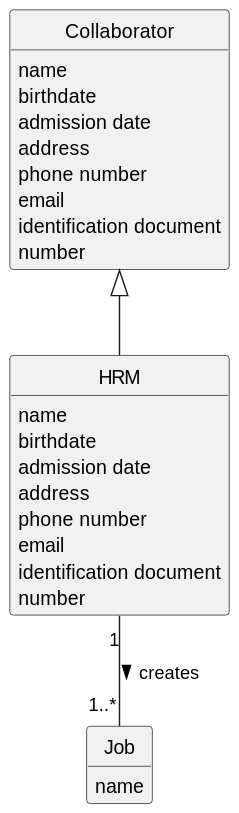
This is docs/sprintA/us002/02.analysis/svg/us002-domain-model.svg from diogoveirospro/lei-24-s2-1dg-g072, a PlantUML export, as it was before one commit.
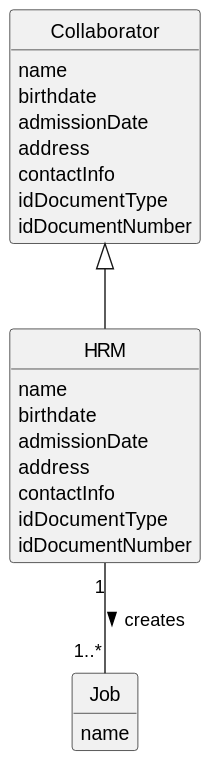
Later version of the same file.

The edit, as a diff of the source:
```diff
@@ -10,8 +10,6 @@
 hide methods
 
 
-
-
 class Job {
     name
 }
@@ -19,23 +17,21 @@
 class Collaborator {
    name
    birthdate
-   admission date
+   admissionDate
    address
-   phone number
-   email
-   identification document
-   number
+   contactInfo
+   idDocumentType
+   idDocumentNumber
 }
 
 class HRM {
    name
    birthdate
-   admission date
+   admissionDate
    address
-   phone number
-   email
-   identification document
-   number
+   contactInfo
+   idDocumentType
+   idDocumentNumber
 }
 
 
```
